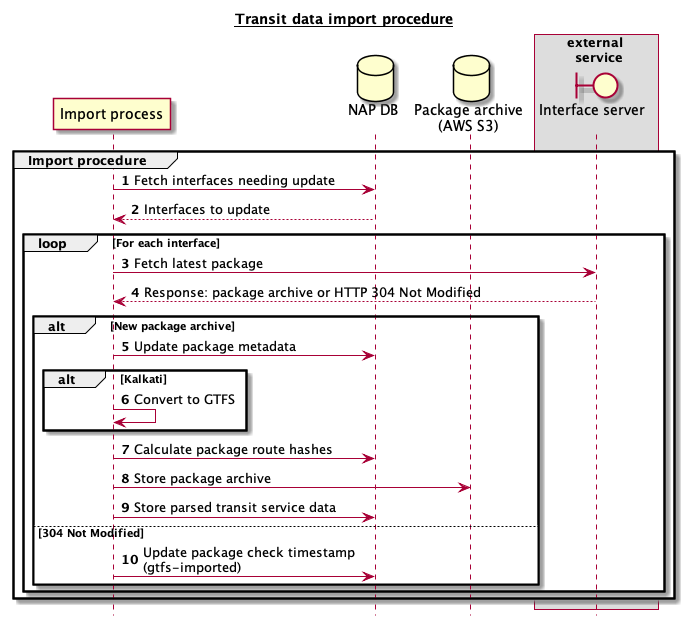
Earlier version of the PlantUML export docs/transit-changes/import-process.png (tmfg/mmtis-national-access-point).
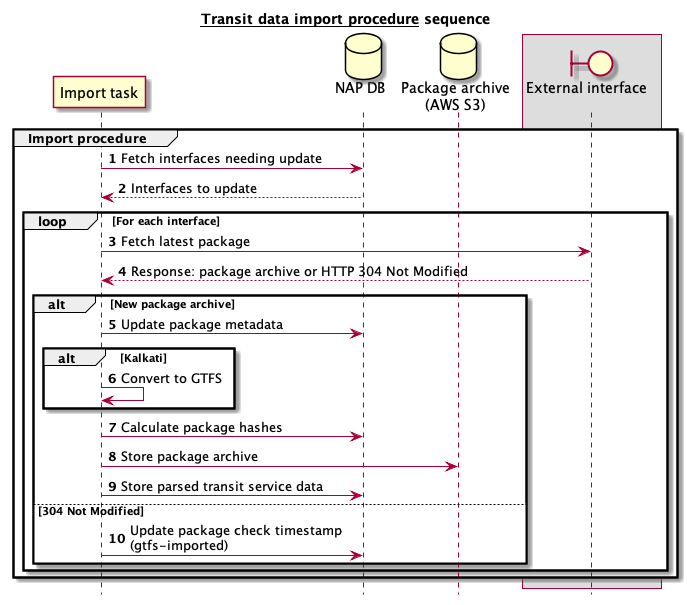
The same file after the commit.

Commit message:
doc: transit-changes updated cchange detection scheduling and other minor

Diff of the diagram source:
```diff
@@ -1,13 +1,13 @@
 @startuml
-title __Transit data import procedure__
+title __Transit data import procedure__ sequence
 autonumber
 hide footbox
 
-participant "Import process" as IMP
+participant "Import task" as IMP
 database "NAP DB\n" as DB
 database "Package archive\n(AWS S3)" as S3
-box external \n service
-boundary "Interface server \n" as IFACE
+box
+boundary "External interface \n" as IFACE
 end box
 
 group Import procedure
@@ -21,7 +21,7 @@
          alt Kalkati
             IMP->IMP: Convert to GTFS
          end
-         IMP->DB: Calculate package route hashes
+         IMP->DB: Calculate package hashes
          IMP->S3: Store package archive
          IMP->DB: Store parsed transit service data
         else 304 Not Modified
```
